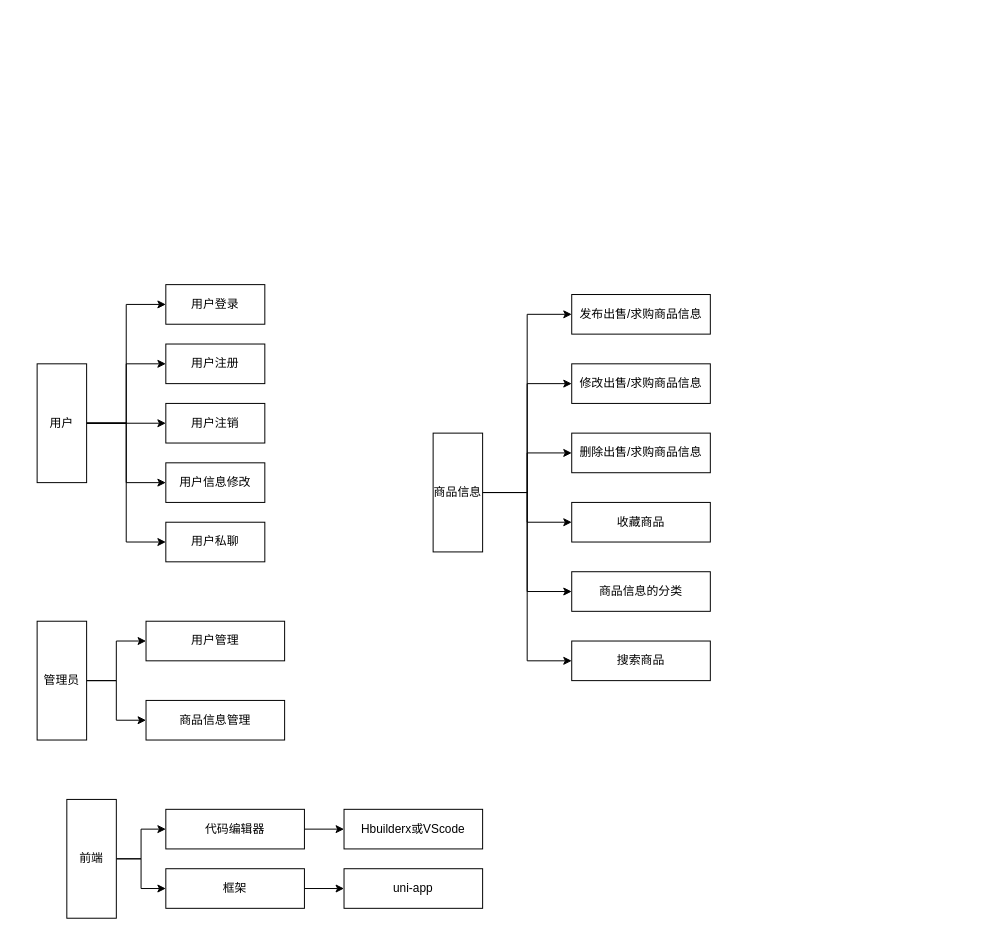
Above: Untitled Diagram.drawio in amazing-a/ER (draw.io), before the change. Source tidied: cells renumbered, new cells numbered last; positions are measured from the earlier drawing's top-left corner, leaving out a move shared by most shapes. Both pictures are drawn from the tidied source at 99%, with x=0, y=0 at pixel (37, 284).
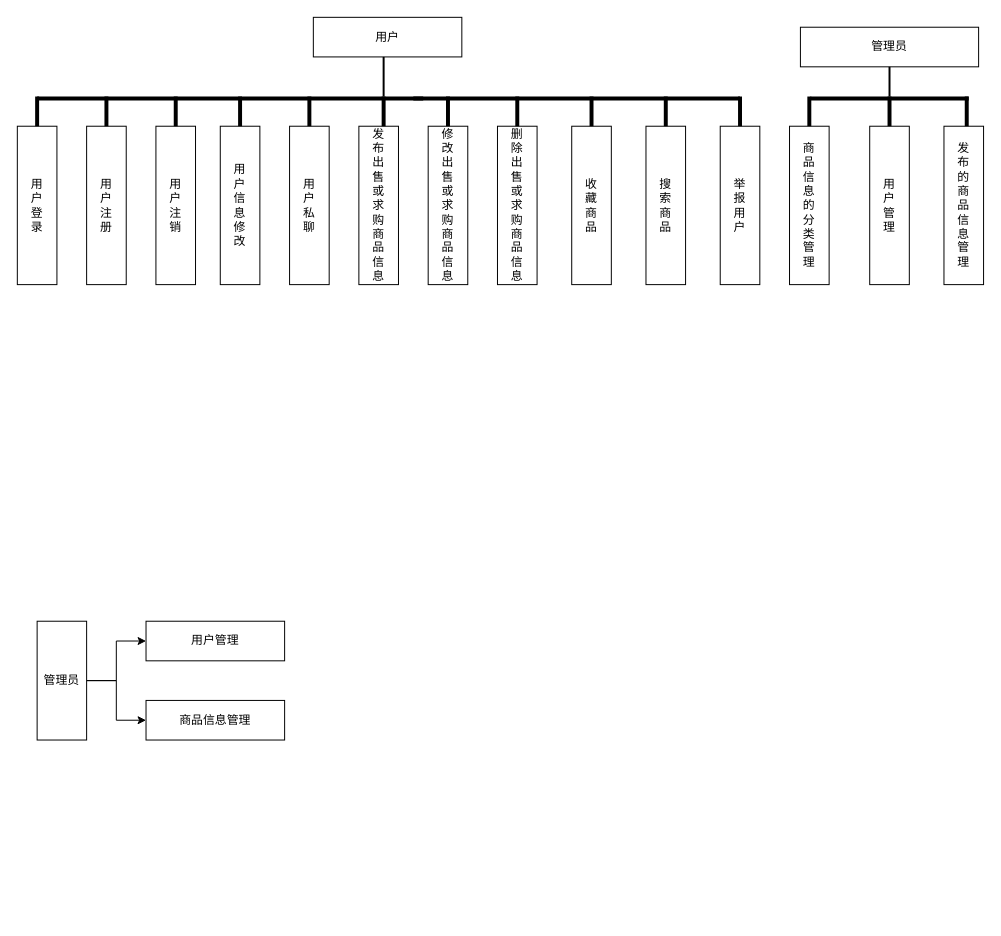
After the change.

What changed in the source:
```diff
@@
-    <mxCell id="2" style="edgeStyle=orthogonalEdgeStyle;rounded=0;jettySize=auto;html=1;entryX=0;entryY=0.5;entryDx=0;entryDy=0;" parent="1" edge="1" source="7" target="8">
-      <mxGeometry relative="1" as="geometry" />
-    </mxCell>
-    <mxCell id="3" style="edgeStyle=orthogonalEdgeStyle;rounded=0;jettySize=auto;html=1;entryX=0;entryY=0.5;entryDx=0;entryDy=0;" parent="1" edge="1" source="7" target="9">
-      <mxGeometry relative="1" as="geometry" />
-    </mxCell>
-    <mxCell id="4" style="edgeStyle=orthogonalEdgeStyle;rounded=0;jettySize=auto;html=1;entryX=0;entryY=0.5;entryDx=0;entryDy=0;" parent="1" edge="1" source="7" target="10">
-      <mxGeometry relative="1" as="geometry" />
-    </mxCell>
-    <mxCell id="5" style="edgeStyle=orthogonalEdgeStyle;rounded=0;jettySize=auto;html=1;entryX=0;entryY=0.5;entryDx=0;entryDy=0;" parent="1" edge="1" source="7" target="11">
-      <mxGeometry relative="1" as="geometry" />
-    </mxCell>
-    <mxCell id="6" style="edgeStyle=orthogonalEdgeStyle;rounded=0;jettySize=auto;html=1;entryX=0;entryY=0.5;entryDx=0;entryDy=0;" parent="1" edge="1" source="7" target="12">
-      <mxGeometry relative="1" as="geometry" />
-    </mxCell>
     <mxCell id="7" value="用户" style="rounded=0;whiteSpace=wrap;html=1;" parent="1" vertex="1">
-      <mxGeometry y="80" width="50" height="120" as="geometry" />
+      <mxGeometry x="279" y="-270" width="150" height="40" as="geometry" />
     </mxCell>
-    <mxCell id="8" value="用户登录" style="rounded=0;whiteSpace=wrap;html=1;" parent="1" vertex="1">
-      <mxGeometry x="130" width="100" height="40" as="geometry" />
-    </mxCell>
-    <mxCell id="9" value="用户注册" style="rounded=0;whiteSpace=wrap;html=1;" parent="1" vertex="1">
-      <mxGeometry x="130" y="60" width="100" height="40" as="geometry" />
+    <mxCell id="9" value="用&lt;br&gt;户&lt;br&gt;注&lt;br&gt;册" style="rounded=0;whiteSpace=wrap;html=1;" parent="1" vertex="1">
+      <mxGeometry x="50" y="-160" width="40" height="160" as="geometry" />
     </mxCell>
-    <mxCell id="10" value="用户注销" style="rounded=0;whiteSpace=wrap;html=1;" parent="1" vertex="1">
-      <mxGeometry x="130" y="120" width="100" height="40" as="geometry" />
-    </mxCell>
-    <mxCell id="11" value="用户信息修改" style="rounded=0;whiteSpace=wrap;html=1;" parent="1" vertex="1">
-      <mxGeometry x="130" y="180" width="100" height="40" as="geometry" />
-    </mxCell>
-    <mxCell id="12" value="用户私聊" style="rounded=0;whiteSpace=wrap;html=1;" parent="1" vertex="1">
-      <mxGeometry x="130" y="240" width="100" height="40" as="geometry" />
-    </mxCell>
-    <mxCell id="13" value="发布出售/求购商品信息" style="rounded=0;whiteSpace=wrap;html=1;" parent="1" vertex="1">
-      <mxGeometry x="540" y="10" width="140" height="40" as="geometry" />
-    </mxCell>
-    <mxCell id="14" value="收藏商品" style="rounded=0;whiteSpace=wrap;html=1;" parent="1" vertex="1">
-      <mxGeometry x="540" y="220" width="140" height="40" as="geometry" />
-    </mxCell>
-    <mxCell id="15" style="edgeStyle=orthogonalEdgeStyle;rounded=0;jettySize=auto;html=1;entryX=0;entryY=0.5;entryDx=0;entryDy=0;" parent="1" edge="1" source="21" target="13">
-      <mxGeometry relative="1" as="geometry" />
-    </mxCell>
-    <mxCell id="16" style="edgeStyle=orthogonalEdgeStyle;rounded=0;jettySize=auto;html=1;entryX=0;entryY=0.5;entryDx=0;entryDy=0;" parent="1" edge="1" source="21" target="22">
-      <mxGeometry relative="1" as="geometry" />
-    </mxCell>
-    <mxCell id="17" style="edgeStyle=orthogonalEdgeStyle;rounded=0;jettySize=auto;html=1;entryX=0;entryY=0.5;entryDx=0;entryDy=0;" parent="1" edge="1" source="21" target="23">
-      <mxGeometry relative="1" as="geometry" />
-    </mxCell>
-    <mxCell id="18" style="edgeStyle=orthogonalEdgeStyle;rounded=0;jettySize=auto;html=1;entryX=0;entryY=0.5;entryDx=0;entryDy=0;" parent="1" edge="1" source="21" target="14">
-      <mxGeometry relative="1" as="geometry" />
-    </mxCell>
-    <mxCell id="19" style="edgeStyle=orthogonalEdgeStyle;rounded=0;jettySize=auto;html=1;entryX=0;entryY=0.5;entryDx=0;entryDy=0;" parent="1" edge="1" source="21" target="29">
-      <mxGeometry relative="1" as="geometry" />
-    </mxCell>
-    <mxCell id="20" style="edgeStyle=orthogonalEdgeStyle;rounded=0;jettySize=auto;html=1;entryX=0;entryY=0.5;entryDx=0;entryDy=0;" parent="1" edge="1" source="21" target="30">
-      <mxGeometry relative="1" as="geometry" />
-    </mxCell>
-    <mxCell id="21" value="商品信息" style="rounded=0;whiteSpace=wrap;html=1;" parent="1" vertex="1">
-      <mxGeometry x="400" y="150" width="50" height="120" as="geometry" />
-    </mxCell>
-    <mxCell id="22" value="修改出售/求购商品信息" style="rounded=0;whiteSpace=wrap;html=1;" parent="1" vertex="1">
-      <mxGeometry x="540" y="80" width="140" height="40" as="geometry" />
-    </mxCell>
-    <mxCell id="23" value="删除出售/求购商品信息" style="rounded=0;whiteSpace=wrap;html=1;" parent="1" vertex="1">
-      <mxGeometry x="540" y="150" width="140" height="40" as="geometry" />
-    </mxCell>
@@
-    <mxCell id="29" value="商品信息的分类" style="rounded=0;whiteSpace=wrap;html=1;" parent="1" vertex="1">
-      <mxGeometry x="540" y="290" width="140" height="40" as="geometry" />
-    </mxCell>
-    <mxCell id="30" value="搜索商品" style="rounded=0;whiteSpace=wrap;html=1;" parent="1" vertex="1">
-      <mxGeometry x="540" y="360" width="140" height="40" as="geometry" />
-    </mxCell>
-    <mxCell id="31" style="edgeStyle=orthogonalEdgeStyle;rounded=0;jettySize=auto;html=1;entryX=0;entryY=0.5;entryDx=0;entryDy=0;" parent="1" edge="1" source="33" target="35">
-      <mxGeometry relative="1" as="geometry" />
-    </mxCell>
-    <mxCell id="32" style="edgeStyle=orthogonalEdgeStyle;rounded=0;jettySize=auto;html=1;entryX=0;entryY=0.5;entryDx=0;entryDy=0;" parent="1" edge="1" source="33" target="38">
-      <mxGeometry relative="1" as="geometry" />
-    </mxCell>
-    <mxCell id="33" value="前端" style="rounded=0;whiteSpace=wrap;html=1;" parent="1" vertex="1">
-      <mxGeometry x="30" y="520" width="50" height="120" as="geometry" />
-    </mxCell>
-    <mxCell id="34" style="edgeStyle=orthogonalEdgeStyle;rounded=0;jettySize=auto;html=1;" parent="1" edge="1" source="35" target="36">
-      <mxGeometry relative="1" as="geometry" />
-    </mxCell>
-    <mxCell id="35" value="代码编辑器" style="rounded=0;whiteSpace=wrap;html=1;" parent="1" vertex="1">
-      <mxGeometry x="130" y="530" width="140" height="40" as="geometry" />
-    </mxCell>
-    <mxCell id="36" value="Hbuilderx或VScode" style="rounded=0;whiteSpace=wrap;html=1;" parent="1" vertex="1">
-      <mxGeometry x="310" y="530" width="140" height="40" as="geometry" />
-    </mxCell>
-    <mxCell id="37" style="edgeStyle=orthogonalEdgeStyle;rounded=0;jettySize=auto;html=1;" parent="1" edge="1" source="38" target="39">
-      <mxGeometry relative="1" as="geometry" />
-    </mxCell>
-    <mxCell id="38" value="框架" style="rounded=0;whiteSpace=wrap;html=1;" parent="1" vertex="1">
-      <mxGeometry x="130" y="590" width="140" height="40" as="geometry" />
-    </mxCell>
-    <mxCell id="39" value="uni-app" style="rounded=0;whiteSpace=wrap;html=1;" parent="1" vertex="1">
-      <mxGeometry x="310" y="590" width="140" height="40" as="geometry" />
-    </mxCell>
+    <mxCell id="40" value="用&lt;br&gt;户&lt;br&gt;登&lt;br&gt;录" style="rounded=0;whiteSpace=wrap;html=1;" parent="1" vertex="1">
+      <mxGeometry x="-20" y="-160" width="40" height="160" as="geometry" />
+    </mxCell>
+    <mxCell id="41" value="用&lt;br&gt;户&lt;br&gt;注&lt;br&gt;销" style="rounded=0;whiteSpace=wrap;html=1;" parent="1" vertex="1">
+      <mxGeometry x="120" y="-160" width="40" height="160" as="geometry" />
+    </mxCell>
+    <mxCell id="42" value="用&lt;br&gt;户&lt;br&gt;信&lt;br&gt;息&lt;br&gt;修&lt;br&gt;改" style="rounded=0;whiteSpace=wrap;html=1;" parent="1" vertex="1">
+      <mxGeometry x="185" y="-160" width="40" height="160" as="geometry" />
+    </mxCell>
+    <mxCell id="43" value="用&lt;br&gt;户&lt;br&gt;私&lt;br&gt;聊" style="rounded=0;whiteSpace=wrap;html=1;" parent="1" vertex="1">
+      <mxGeometry x="255" y="-160" width="40" height="160" as="geometry" />
+    </mxCell>
+    <mxCell id="44" value="发&lt;br&gt;布&lt;br&gt;出&lt;br&gt;售&lt;br&gt;或&lt;br&gt;求&lt;br&gt;购&lt;br&gt;商&lt;br&gt;品&lt;br&gt;信&lt;br&gt;息" style="rounded=0;whiteSpace=wrap;html=1;" parent="1" vertex="1">
+      <mxGeometry x="325" y="-160" width="40" height="160" as="geometry" />
+    </mxCell>
+    <mxCell id="45" value="修&lt;br&gt;改&lt;br&gt;出&lt;br&gt;售&lt;br&gt;或&lt;br&gt;求&lt;br&gt;购&lt;br&gt;商&lt;br&gt;品&lt;br&gt;信&lt;br&gt;息" style="rounded=0;whiteSpace=wrap;html=1;" parent="1" vertex="1">
+      <mxGeometry x="395" y="-160" width="40" height="160" as="geometry" />
+    </mxCell>
+    <mxCell id="46" value="删&lt;br&gt;除&lt;br&gt;出&lt;br&gt;售&lt;br&gt;或&lt;br&gt;求&lt;br&gt;购&lt;br&gt;商&lt;br&gt;品&lt;br&gt;信&lt;br&gt;息" style="rounded=0;whiteSpace=wrap;html=1;" parent="1" vertex="1">
+      <mxGeometry x="465" y="-160" width="40" height="160" as="geometry" />
+    </mxCell>
+    <mxCell id="47" value="收&lt;br&gt;藏&lt;br&gt;商&lt;br&gt;品" style="rounded=0;whiteSpace=wrap;html=1;" parent="1" vertex="1">
+      <mxGeometry x="540" y="-160" width="40" height="160" as="geometry" />
+    </mxCell>
+    <mxCell id="48" value="商&lt;br&gt;品&lt;br&gt;信&lt;br&gt;息&lt;br&gt;的&lt;br&gt;分&lt;br&gt;类&lt;br&gt;管&lt;br&gt;理" style="rounded=0;whiteSpace=wrap;html=1;" parent="1" vertex="1">
+      <mxGeometry x="760" y="-160" width="40" height="160" as="geometry" />
+    </mxCell>
+    <mxCell id="49" value="搜&lt;br&gt;索&lt;br&gt;商&lt;br&gt;品" style="rounded=0;whiteSpace=wrap;html=1;" parent="1" vertex="1">
+      <mxGeometry x="615" y="-160" width="40" height="160" as="geometry" />
+    </mxCell>
+    <mxCell id="50" style="line;strokeWidth=4;html=1;perimeter=backbonePerimeter;" parent="1" vertex="1">
+      <mxGeometry y="-193" width="390" height="10" as="geometry" />
+    </mxCell>
+    <mxCell id="51" style="line;strokeWidth=2;direction=south;html=1;" parent="1" vertex="1">
+      <mxGeometry x="345" y="-230" width="10" height="40" as="geometry" />
+    </mxCell>
+    <mxCell id="52" style="line;strokeWidth=4;direction=south;html=1;perimeter=backbonePerimeter;" parent="1" vertex="1">
+      <mxGeometry x="-5" y="-190" width="10" height="30" as="geometry" />
+    </mxCell>
+    <mxCell id="53" style="line;strokeWidth=4;direction=south;html=1;perimeter=backbonePerimeter;" parent="1" vertex="1">
+      <mxGeometry x="65" y="-190" width="10" height="30" as="geometry" />
+    </mxCell>
+    <mxCell id="54" style="line;strokeWidth=4;direction=south;html=1;perimeter=backbonePerimeter;" parent="1" vertex="1">
+      <mxGeometry x="135" y="-190" width="10" height="30" as="geometry" />
+    </mxCell>
+    <mxCell id="55" style="line;strokeWidth=4;direction=south;html=1;perimeter=backbonePerimeter;" parent="1" vertex="1">
+      <mxGeometry x="200" y="-190" width="10" height="30" as="geometry" />
+    </mxCell>
+    <mxCell id="56" style="line;strokeWidth=4;direction=south;html=1;perimeter=backbonePerimeter;" parent="1" vertex="1">
+      <mxGeometry x="270" y="-190" width="10" height="30" as="geometry" />
+    </mxCell>
+    <mxCell id="57" style="line;strokeWidth=4;html=1;perimeter=backbonePerimeter;" parent="1" vertex="1">
+      <mxGeometry x="380" y="-193" width="330" height="10" as="geometry" />
+    </mxCell>
+    <mxCell id="58" style="line;strokeWidth=4;direction=south;html=1;perimeter=backbonePerimeter;" parent="1" vertex="1">
+      <mxGeometry x="410" y="-190" width="10" height="30" as="geometry" />
+    </mxCell>
+    <mxCell id="59" style="line;strokeWidth=4;direction=south;html=1;perimeter=backbonePerimeter;" parent="1" vertex="1">
+      <mxGeometry x="480" y="-190" width="10" height="30" as="geometry" />
+    </mxCell>
+    <mxCell id="60" style="line;strokeWidth=4;direction=south;html=1;perimeter=backbonePerimeter;" parent="1" vertex="1">
+      <mxGeometry x="555" y="-190" width="10" height="30" as="geometry" />
+    </mxCell>
+    <mxCell id="61" style="line;strokeWidth=4;direction=south;html=1;perimeter=backbonePerimeter;" parent="1" vertex="1">
+      <mxGeometry x="630" y="-190" width="10" height="30" as="geometry" />
+    </mxCell>
+    <mxCell id="62" style="line;strokeWidth=4;direction=south;html=1;perimeter=backbonePerimeter;" parent="1" vertex="1">
+      <mxGeometry x="345" y="-190" width="10" height="30" as="geometry" />
+    </mxCell>
+    <mxCell id="63" value="管理员" style="rounded=0;whiteSpace=wrap;html=1;" parent="1" vertex="1">
+      <mxGeometry x="771" y="-260" width="180" height="40" as="geometry" />
+    </mxCell>
+    <mxCell id="64" value="用&lt;br&gt;户&lt;br&gt;管&lt;br&gt;理" style="rounded=0;whiteSpace=wrap;html=1;" parent="1" vertex="1">
+      <mxGeometry x="841" y="-160" width="40" height="160" as="geometry" />
+    </mxCell>
+    <mxCell id="65" value="发&lt;br&gt;布&lt;br&gt;的&lt;br&gt;商&lt;br&gt;品&lt;br&gt;信&lt;br&gt;息&lt;br&gt;管&lt;br&gt;理" style="rounded=0;whiteSpace=wrap;html=1;" parent="1" vertex="1">
+      <mxGeometry x="916" y="-160" width="40" height="160" as="geometry" />
+    </mxCell>
+    <mxCell id="66" style="line;strokeWidth=4;html=1;perimeter=backbonePerimeter;" parent="1" vertex="1">
+      <mxGeometry x="781" y="-193" width="160" height="10" as="geometry" />
+    </mxCell>
+    <mxCell id="67" style="line;strokeWidth=4;direction=south;html=1;perimeter=backbonePerimeter;" parent="1" vertex="1">
+      <mxGeometry x="775" y="-190" width="10" height="30" as="geometry" />
+    </mxCell>
+    <mxCell id="68" style="line;strokeWidth=2;direction=south;html=1;" parent="1" vertex="1">
+      <mxGeometry x="856" y="-220" width="10" height="30" as="geometry" />
+    </mxCell>
+    <mxCell id="69" style="line;strokeWidth=4;direction=south;html=1;perimeter=backbonePerimeter;" parent="1" vertex="1">
+      <mxGeometry x="856" y="-190" width="10" height="30" as="geometry" />
+    </mxCell>
+    <mxCell id="70" style="line;strokeWidth=4;direction=south;html=1;perimeter=backbonePerimeter;" parent="1" vertex="1">
+      <mxGeometry x="934" y="-190" width="10" height="30" as="geometry" />
+    </mxCell>
+    <mxCell id="71" value="举&lt;br&gt;报&lt;br&gt;用&lt;br&gt;户" style="rounded=0;whiteSpace=wrap;html=1;" parent="1" vertex="1">
+      <mxGeometry x="690" y="-160" width="40" height="160" as="geometry" />
+    </mxCell>
+    <mxCell id="72" style="line;strokeWidth=4;direction=south;html=1;perimeter=backbonePerimeter;" parent="1" vertex="1">
+      <mxGeometry x="705" y="-190" width="10" height="30" as="geometry" />
+    </mxCell>
```
